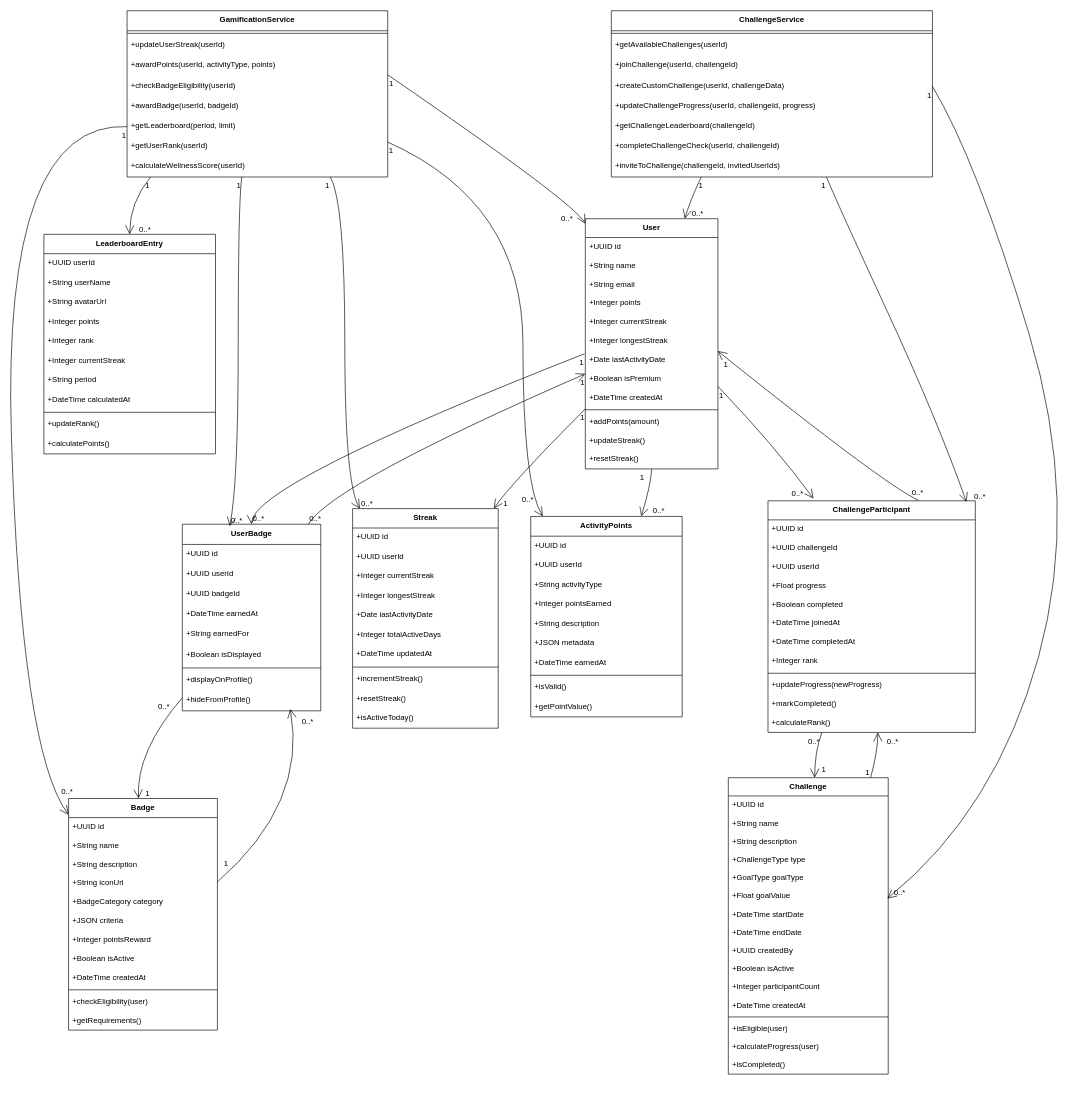
This is documents/Artifact Diagrams/Challenge and Gamification/ChallengeandGame_Class.drawio from lujamanandhar/FYP, a draw.io file, before an edit. Source tidied: cells renumbered, new cells numbered last; positions are measured from the earlier drawing's top-left corner, leaving out a move shared by most shapes. Both pictures are drawn from the tidied source at 65%, with x=0, y=0 at pixel (1, 10).
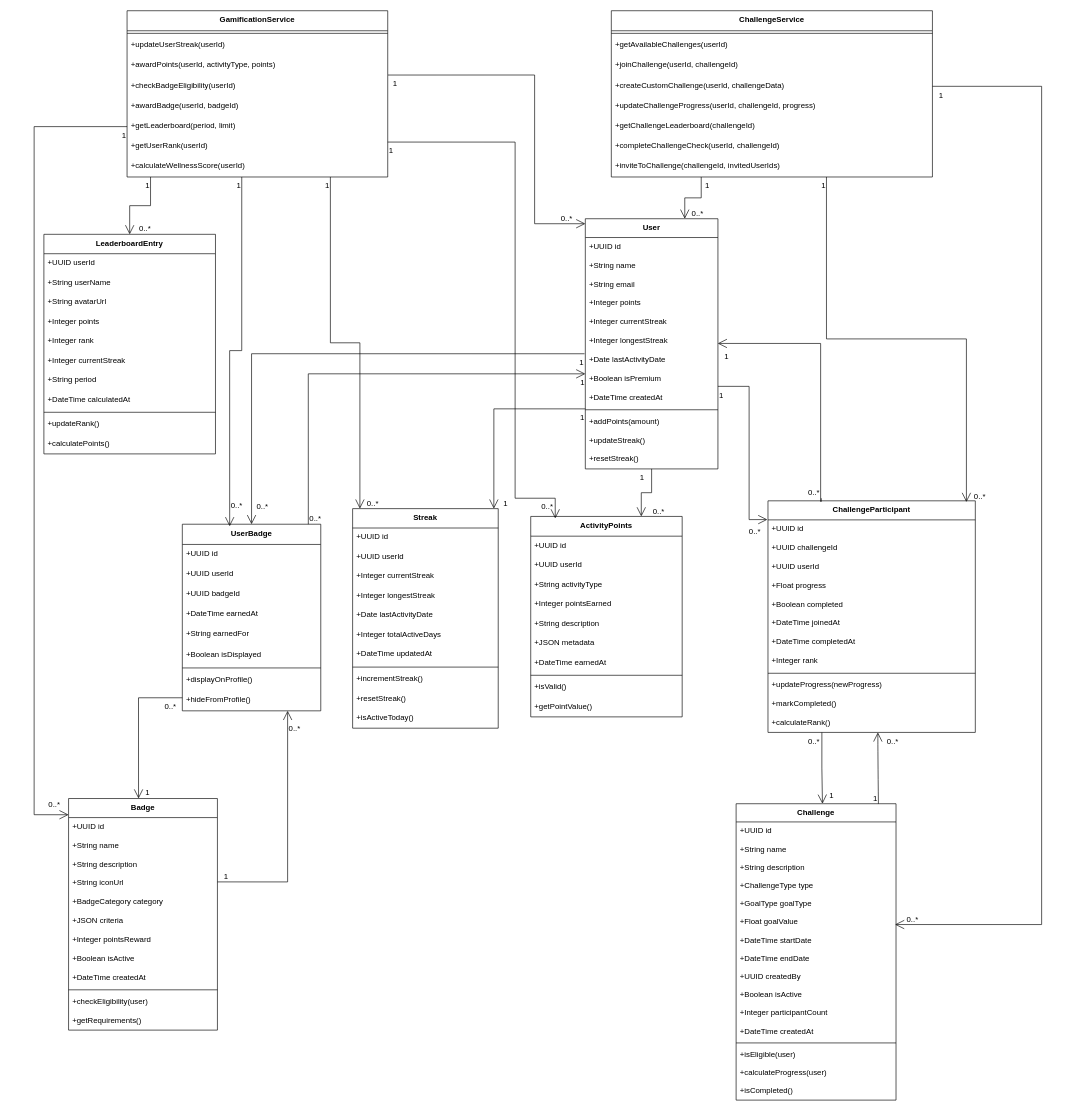
The same page after the edit.

Commit message (it also covers changes not shown here):
class diagram of challenege and game updated

Unchanged cells that the change refers to:
```xml
<mxCell id="2" value="GamificationService" style="swimlane;fontStyle=1;align=center;verticalAlign=top;horizontal=1;startSize=30.823529411764707;" parent="1" vertex="1">
  <mxGeometry x="193" width="401" height="255.8" as="geometry" />
</mxCell>
<mxCell id="6" value="+checkBadgeEligibility(userId)" style="text;strokeColor=none;fillColor=none;align=left;verticalAlign=top;spacingLeft=4;spacingRight=4;overflow=hidden;points=[[0,0.5],[1,0.5]];portConstraint=eastwest;" parent="2" vertex="1">
  <mxGeometry y="100.8" width="401" height="31" as="geometry" />
</mxCell>
<mxCell id="8" value="+getLeaderboard(period, limit)" style="text;strokeColor=none;fillColor=none;align=left;verticalAlign=top;spacingLeft=4;spacingRight=4;overflow=hidden;points=[[0,0.5],[1,0.5]];portConstraint=eastwest;" parent="2" vertex="1">
  <mxGeometry y="162.8" width="401" height="31" as="geometry" />
</mxCell>
<mxCell id="11" value="ChallengeService" style="swimlane;fontStyle=1;align=center;verticalAlign=top;horizontal=1;startSize=30.823529411764707;" parent="1" vertex="1">
  <mxGeometry x="938" width="494" height="255.8" as="geometry" />
</mxCell>
<mxCell id="15" value="+createCustomChallenge(userId, challengeData)" style="text;strokeColor=none;fillColor=none;align=left;verticalAlign=top;spacingLeft=4;spacingRight=4;overflow=hidden;points=[[0,0.5],[1,0.5]];portConstraint=eastwest;" parent="11" vertex="1">
  <mxGeometry y="100.8" width="494" height="31" as="geometry" />
</mxCell>
<mxCell id="20" value="User" style="swimlane;fontStyle=1;align=center;verticalAlign=top;horizontal=1;startSize=28.923076923076923;" parent="1" vertex="1">
  <mxGeometry x="898" y="320" width="204" height="384.9" as="geometry" />
</mxCell>
<mxCell id="26" value="+Integer longestStreak" style="text;strokeColor=none;fillColor=none;align=left;verticalAlign=top;spacingLeft=4;spacingRight=4;overflow=hidden;points=[[0,0.5],[1,0.5]];portConstraint=eastwest;" parent="20" vertex="1">
  <mxGeometry y="173.9" width="204" height="29" as="geometry" />
</mxCell>
<mxCell id="27" value="+Date lastActivityDate" style="text;strokeColor=none;fillColor=none;align=left;verticalAlign=top;spacingLeft=4;spacingRight=4;overflow=hidden;points=[[0,0.5],[1,0.5]];portConstraint=eastwest;" parent="20" vertex="1">
  <mxGeometry y="202.9" width="204" height="29" as="geometry" />
</mxCell>
<mxCell id="39" value="+GoalType goalType" style="text;strokeColor=none;fillColor=none;align=left;verticalAlign=top;spacingLeft=4;spacingRight=4;overflow=hidden;points=[[0,0.5],[1,0.5]];portConstraint=eastwest;" parent="34" vertex="1">
  <mxGeometry y="140" width="246" height="28" as="geometry" />
</mxCell>
<mxCell id="51" value="ChallengeParticipant" style="swimlane;fontStyle=1;align=center;verticalAlign=top;horizontal=1;startSize=29.333333333333332;" parent="1" vertex="1">
  <mxGeometry x="1179" y="754" width="319" height="356.3" as="geometry" />
</mxCell>
<mxCell id="64" value="Badge" style="swimlane;fontStyle=1;align=center;verticalAlign=top;horizontal=1;startSize=29.333333333333332;" parent="1" vertex="1">
  <mxGeometry x="103" y="1212" width="229" height="356.3" as="geometry" />
</mxCell>
<mxCell id="77" value="UserBadge" style="swimlane;fontStyle=1;align=center;verticalAlign=top;horizontal=1;startSize=31.11111111111111;" parent="1" vertex="1">
  <mxGeometry x="278" y="790" width="213" height="287.1" as="geometry" />
</mxCell>
<mxCell id="86" value="+hideFromProfile()" style="text;strokeColor=none;fillColor=none;align=left;verticalAlign=top;spacingLeft=4;spacingRight=4;overflow=hidden;points=[[0,0.5],[1,0.5]];portConstraint=eastwest;" parent="77" vertex="1">
  <mxGeometry y="256.1" width="213" height="31" as="geometry" />
</mxCell>
<mxCell id="87" value="Streak" style="swimlane;fontStyle=1;align=center;verticalAlign=top;horizontal=1;startSize=29.818181818181817;" parent="1" vertex="1">
  <mxGeometry x="540" y="766" width="224" height="337.8" as="geometry" />
</mxCell>
<mxCell id="99" value="LeaderboardEntry" style="swimlane;fontStyle=1;align=center;verticalAlign=top;horizontal=1;startSize=29.818181818181817;" parent="1" vertex="1">
  <mxGeometry x="65" y="344" width="264" height="337.8" as="geometry" />
</mxCell>
<mxCell id="111" value="ActivityPoints" style="swimlane;fontStyle=1;align=center;verticalAlign=top;horizontal=1;startSize=30.4;" parent="1" vertex="1">
  <mxGeometry x="814" y="778" width="233" height="308.4" as="geometry" />
</mxCell>
```

What changed in the source:
```diff
@@
     <mxCell id="34" value="Challenge" style="swimlane;fontStyle=1;align=center;verticalAlign=top;horizontal=1;startSize=28;" parent="1" vertex="1">
-      <mxGeometry x="1118" y="1180" width="246" height="456" as="geometry" />
+      <mxGeometry x="1130" y="1220" width="246" height="456" as="geometry" />
     </mxCell>
@@
-    <mxCell id="122" style="curved=1;startArrow=none;endArrow=open;endSize=12;exitX=1.001;exitY=-0.06;entryX=0;entryY=0.02;rounded=0;exitDx=0;exitDy=0;exitPerimeter=0;" parent="1" edge="1" source="6" target="20">
+    <mxCell id="122" style="startArrow=none;endArrow=open;endSize=12;exitX=1.001;exitY=-0.06;entryX=0;entryY=0.02;rounded=0;exitDx=0;exitDy=0;exitPerimeter=0;edgeStyle=orthogonalEdgeStyle;" parent="1" edge="1" source="6" target="20">
       <mxGeometry relative="1" as="geometry">
         <Array as="points">
-          <mxPoint x="880" y="295" />
+          <mxPoint x="820" y="99" />
+          <mxPoint x="820" y="328" />
         </Array>
       </mxGeometry>
     </mxCell>
     <mxCell id="123" value="1" style="edgeLabel;labelBackgroundColor=none;fontSize=12;align=left;verticalAlign=top;" parent="122" vertex="1">
-      <mxGeometry x="-1" relative="1" as="geometry" />
+      <mxGeometry x="-1" relative="1" as="geometry">
+        <mxPoint x="6" as="offset" />
+      </mxGeometry>
     </mxCell>
@@
-    <mxCell id="125" style="curved=1;startArrow=none;endArrow=open;endSize=12;exitX=0;exitY=0.5;entryX=0;entryY=0.07;rounded=0;exitDx=0;exitDy=0;" parent="1" edge="1" source="8" target="64">
+    <mxCell id="125" style="startArrow=none;endArrow=open;endSize=12;exitX=0;exitY=0.5;entryX=0;entryY=0.07;rounded=0;exitDx=0;exitDy=0;edgeStyle=orthogonalEdgeStyle;" parent="1" edge="1" source="8" target="64">
       <mxGeometry relative="1" as="geometry">
         <Array as="points">
-          <mxPoint y="170" />
-          <mxPoint x="30" y="1139" />
+          <mxPoint x="50" y="178" />
+          <mxPoint x="50" y="1237" />
         </Array>
       </mxGeometry>
     </mxCell>
@@
     <mxCell id="127" value="0..*" style="edgeLabel;labelBackgroundColor=none;fontSize=12;align=left;verticalAlign=bottom;" parent="125" vertex="1">
       <mxGeometry x="1" relative="1" as="geometry">
-        <mxPoint x="-13" y="-27" as="offset" />
+        <mxPoint x="-33" y="-7" as="offset" />
       </mxGeometry>
     </mxCell>
-    <mxCell id="128" style="curved=1;startArrow=none;endArrow=open;endSize=12;exitX=0.44;exitY=1;entryX=0.342;entryY=0.011;rounded=0;entryDx=0;entryDy=0;entryPerimeter=0;" parent="1" edge="1" source="2" target="77">
-      <mxGeometry relative="1" as="geometry">
-        <Array as="points">
-          <mxPoint x="364" y="295" />
-          <mxPoint x="364" y="729" />
-        </Array>
-      </mxGeometry>
+    <mxCell id="128" style="startArrow=none;endArrow=open;endSize=12;exitX=0.44;exitY=1;entryX=0.342;entryY=0.011;rounded=0;entryDx=0;entryDy=0;entryPerimeter=0;edgeStyle=orthogonalEdgeStyle;" parent="1" edge="1" source="2" target="77">
+      <mxGeometry relative="1" as="geometry" />
     </mxCell>
@@
     <mxCell id="130" value="0..*" style="edgeLabel;labelBackgroundColor=none;fontSize=12;align=left;verticalAlign=bottom;" parent="128" vertex="1">
-      <mxGeometry x="1" relative="1" as="geometry" />
+      <mxGeometry x="1" relative="1" as="geometry">
+        <mxPoint y="-23" as="offset" />
+      </mxGeometry>
     </mxCell>
-    <mxCell id="131" style="curved=1;startArrow=none;endArrow=open;endSize=12;exitX=0.78;exitY=1;entryX=0.05;entryY=0;rounded=0;" parent="1" edge="1" source="2" target="87">
-      <mxGeometry relative="1" as="geometry">
-        <Array as="points">
-          <mxPoint x="528" y="295" />
-          <mxPoint x="528" y="729" />
-        </Array>
-      </mxGeometry>
+    <mxCell id="131" style="startArrow=none;endArrow=open;endSize=12;exitX=0.78;exitY=1;entryX=0.05;entryY=0;rounded=0;edgeStyle=orthogonalEdgeStyle;" parent="1" edge="1" source="2" target="87">
+      <mxGeometry relative="1" as="geometry" />
     </mxCell>
@@
     <mxCell id="133" value="0..*" style="edgeLabel;labelBackgroundColor=none;fontSize=12;align=left;verticalAlign=bottom;" parent="131" vertex="1">
-      <mxGeometry x="1" relative="1" as="geometry" />
+      <mxGeometry x="1" relative="1" as="geometry">
+        <mxPoint x="9" as="offset" />
+      </mxGeometry>
     </mxCell>
-    <mxCell id="134" style="curved=1;startArrow=none;endArrow=open;endSize=12;exitX=0.09;exitY=1;entryX=0.5;entryY=0;rounded=0;" parent="1" edge="1" source="2" target="99">
-      <mxGeometry relative="1" as="geometry">
-        <Array as="points">
-          <mxPoint x="197" y="295" />
-        </Array>
-      </mxGeometry>
+    <mxCell id="134" style="startArrow=none;endArrow=open;endSize=12;exitX=0.09;exitY=1;entryX=0.5;entryY=0;rounded=0;edgeStyle=orthogonalEdgeStyle;" parent="1" edge="1" source="2" target="99">
+      <mxGeometry relative="1" as="geometry" />
     </mxCell>
@@
-    <mxCell id="137" style="curved=1;startArrow=none;endArrow=open;endSize=12;exitX=1;exitY=0.79;entryX=0.08;entryY=0;rounded=0;" parent="1" edge="1" source="2" target="111">
+    <mxCell id="137" style="startArrow=none;endArrow=open;endSize=12;exitX=1;exitY=0.79;entryX=0.162;entryY=0.01;rounded=0;edgeStyle=orthogonalEdgeStyle;entryDx=0;entryDy=0;entryPerimeter=0;" parent="1" edge="1" source="2" target="111">
       <mxGeometry relative="1" as="geometry">
         <Array as="points">
-          <mxPoint x="802" y="295" />
-          <mxPoint x="802" y="729" />
+          <mxPoint x="790" y="202" />
+          <mxPoint x="790" y="750" />
+          <mxPoint x="852" y="750" />
         </Array>
       </mxGeometry>
     </mxCell>
@@
     <mxCell id="139" value="0..*" style="edgeLabel;labelBackgroundColor=none;fontSize=12;align=right;verticalAlign=bottom;" parent="137" vertex="1">
       <mxGeometry x="1" relative="1" as="geometry">
-        <mxPoint x="-13" y="-18" as="offset" />
+        <mxPoint x="-2" y="-11" as="offset" />
       </mxGeometry>
     </mxCell>
-    <mxCell id="140" style="curved=1;startArrow=none;endArrow=open;endSize=12;exitX=1;exitY=0.5;entryX=0.994;entryY=1.638;rounded=0;entryDx=0;entryDy=0;entryPerimeter=0;exitDx=0;exitDy=0;" parent="1" edge="1" source="15" target="39">
+    <mxCell id="140" style="startArrow=none;endArrow=open;endSize=12;exitX=1;exitY=0.5;entryX=0.994;entryY=1.638;rounded=0;entryDx=0;entryDy=0;entryPerimeter=0;exitDx=0;exitDy=0;edgeStyle=orthogonalEdgeStyle;" parent="1" edge="1" source="15" target="39">
       <mxGeometry relative="1" as="geometry">
         <Array as="points">
-          <mxPoint x="1500" y="230" />
-          <mxPoint x="1660" y="760" />
-          <mxPoint x="1530" y="1230" />
+          <mxPoint x="1600" y="116" />
+          <mxPoint x="1600" y="1406" />
         </Array>
       </mxGeometry>
     </mxCell>
     <mxCell id="141" value="1" style="edgeLabel;labelBackgroundColor=none;fontSize=12;align=right;verticalAlign=top;" parent="140" vertex="1">
-      <mxGeometry x="-1" relative="1" as="geometry" />
+      <mxGeometry x="-1" relative="1" as="geometry">
+        <mxPoint x="18" as="offset" />
+      </mxGeometry>
     </mxCell>
     <mxCell id="142" value="0..*" style="edgeLabel;labelBackgroundColor=none;fontSize=12;align=left;verticalAlign=bottom;" parent="140" vertex="1">
       <mxGeometry x="1" relative="1" as="geometry">
-        <mxPoint x="8" as="offset" />
+        <mxPoint x="16" as="offset" />
       </mxGeometry>
     </mxCell>
-    <mxCell id="143" style="curved=1;startArrow=none;endArrow=open;endSize=12;exitX=0.67;exitY=1;entryX=0.957;entryY=0.005;rounded=0;entryDx=0;entryDy=0;entryPerimeter=0;" parent="1" edge="1" source="11" target="51">
-      <mxGeometry relative="1" as="geometry">
-        <Array as="points">
-          <mxPoint x="1285" y="295" />
-          <mxPoint x="1440" y="630" />
-        </Array>
-      </mxGeometry>
+    <mxCell id="143" style="startArrow=none;endArrow=open;endSize=12;exitX=0.67;exitY=1;entryX=0.957;entryY=0.005;rounded=0;entryDx=0;entryDy=0;entryPerimeter=0;edgeStyle=orthogonalEdgeStyle;" parent="1" edge="1" source="11" target="51">
+      <mxGeometry relative="1" as="geometry" />
     </mxCell>
@@
-    <mxCell id="146" style="curved=1;startArrow=none;endArrow=open;endSize=12;exitX=0.28;exitY=1;entryX=0.75;entryY=0;rounded=0;" parent="1" edge="1" source="11" target="20">
-      <mxGeometry relative="1" as="geometry">
-        <Array as="points">
-          <mxPoint x="1058" y="295" />
-        </Array>
-      </mxGeometry>
+    <mxCell id="146" style="startArrow=none;endArrow=open;endSize=12;exitX=0.28;exitY=1;entryX=0.75;entryY=0;rounded=0;edgeStyle=orthogonalEdgeStyle;" parent="1" edge="1" source="11" target="20">
+      <mxGeometry relative="1" as="geometry" />
     </mxCell>
     <mxCell id="147" value="1" style="edgeLabel;labelBackgroundColor=none;fontSize=12;align=right;verticalAlign=top;" parent="146" vertex="1">
       <mxGeometry x="-1" relative="1" as="geometry">
-        <mxPoint x="4" as="offset" />
+        <mxPoint x="14" as="offset" />
       </mxGeometry>
     </mxCell>
@@
-    <mxCell id="149" style="curved=1;startArrow=none;endArrow=open;endSize=12;exitX=0;exitY=0.76;entryX=0.97;entryY=0;rounded=0;" parent="1" edge="1" source="20" target="87">
-      <mxGeometry relative="1" as="geometry">
-        <Array as="points">
-          <mxPoint x="782" y="729" />
-        </Array>
-      </mxGeometry>
+    <mxCell id="149" style="startArrow=none;endArrow=open;endSize=12;exitX=0;exitY=0.76;entryX=0.97;entryY=0;rounded=0;edgeStyle=orthogonalEdgeStyle;" parent="1" edge="1" source="20" target="87">
+      <mxGeometry relative="1" as="geometry" />
     </mxCell>
@@
-    <mxCell id="152" style="curved=1;startArrow=none;endArrow=open;endSize=12;exitX=-0.006;exitY=0.167;entryX=0.5;entryY=0;rounded=0;exitDx=0;exitDy=0;exitPerimeter=0;" parent="1" edge="1" source="27" target="77">
-      <mxGeometry relative="1" as="geometry">
-        <Array as="points">
-          <mxPoint x="384" y="729" />
-        </Array>
-      </mxGeometry>
+    <mxCell id="152" style="startArrow=none;endArrow=open;endSize=12;exitX=-0.006;exitY=0.167;entryX=0.5;entryY=0;rounded=0;exitDx=0;exitDy=0;exitPerimeter=0;edgeStyle=orthogonalEdgeStyle;" parent="1" edge="1" source="27" target="77">
+      <mxGeometry relative="1" as="geometry" />
     </mxCell>
@@
     <mxCell id="154" value="0..*" style="edgeLabel;labelBackgroundColor=none;fontSize=12;align=left;verticalAlign=bottom;" parent="152" vertex="1">
-      <mxGeometry x="1" relative="1" as="geometry" />
+      <mxGeometry x="1" relative="1" as="geometry">
+        <mxPoint x="6" y="-20" as="offset" />
+      </mxGeometry>
     </mxCell>
-    <mxCell id="155" style="curved=1;startArrow=none;endArrow=open;endSize=12;exitX=0.5;exitY=1;entryX=0.73;entryY=0;rounded=0;" parent="1" edge="1" source="20" target="111">
-      <mxGeometry relative="1" as="geometry">
-        <Array as="points">
-          <mxPoint x="999" y="729" />
-        </Array>
-      </mxGeometry>
+    <mxCell id="155" style="startArrow=none;endArrow=open;endSize=12;exitX=0.5;exitY=1;entryX=0.73;entryY=0;rounded=0;edgeStyle=orthogonalEdgeStyle;" parent="1" edge="1" source="20" target="111">
+      <mxGeometry relative="1" as="geometry" />
     </mxCell>
@@
-    <mxCell id="158" style="curved=1;startArrow=none;endArrow=open;endSize=12;exitX=1;exitY=0.67;entryX=0.219;entryY=-0.01;rounded=0;entryDx=0;entryDy=0;entryPerimeter=0;" parent="1" edge="1" source="20" target="51">
+    <mxCell id="158" style="startArrow=none;endArrow=open;endSize=12;exitX=1;exitY=0.67;entryX=-0.003;entryY=0.081;rounded=0;entryDx=0;entryDy=0;entryPerimeter=0;edgeStyle=orthogonalEdgeStyle;" parent="1" edge="1" source="20" target="51">
       <mxGeometry relative="1" as="geometry">
         <Array as="points">
-          <mxPoint x="1190" y="670" />
+          <mxPoint x="1150" y="578" />
+          <mxPoint x="1150" y="783" />
         </Array>
       </mxGeometry>
     </mxCell>
@@
     <mxCell id="160" value="0..*" style="edgeLabel;labelBackgroundColor=none;fontSize=12;align=right;verticalAlign=bottom;" parent="158" vertex="1">
       <mxGeometry x="1" relative="1" as="geometry">
-        <mxPoint x="-14" as="offset" />
+        <mxPoint x="-9" y="27" as="offset" />
       </mxGeometry>
     </mxCell>
@@
-    <mxCell id="164" style="curved=1;startArrow=none;endArrow=open;endSize=12;exitX=1;exitY=0.36;entryX=0.78;entryY=0.909;rounded=0;entryDx=0;entryDy=0;entryPerimeter=0;" parent="1" edge="1" source="64" target="86">
+    <mxCell id="164" style="startArrow=none;endArrow=open;endSize=12;exitX=1;exitY=0.36;rounded=0;edgeStyle=orthogonalEdgeStyle;" parent="1" edge="1" source="64" target="86">
       <mxGeometry relative="1" as="geometry">
         <Array as="points">
-          <mxPoint x="470" y="1220" />
+          <mxPoint x="440" y="1340" />
         </Array>
       </mxGeometry>
     </mxCell>
     <mxCell id="165" value="1" style="edgeLabel;labelBackgroundColor=none;fontSize=12;align=right;verticalAlign=bottom;" parent="164" vertex="1">
       <mxGeometry x="-1" relative="1" as="geometry">
-        <mxPoint x="18" y="-20" as="offset" />
+        <mxPoint x="18" as="offset" />
       </mxGeometry>
     </mxCell>
     <mxCell id="166" value="0..*" style="edgeLabel;labelBackgroundColor=none;fontSize=12;align=left;verticalAlign=top;" parent="164" vertex="1">
       <mxGeometry x="1" relative="1" as="geometry">
-        <mxPoint x="16" y="6" as="offset" />
+        <mxPoint y="13" as="offset" />
       </mxGeometry>
     </mxCell>
-    <mxCell id="167" style="curved=1;startArrow=none;endArrow=open;endSize=12;exitX=0.726;exitY=-0.002;rounded=0;entryX=0.998;entryY=0.02;entryDx=0;entryDy=0;entryPerimeter=0;exitDx=0;exitDy=0;exitPerimeter=0;" parent="1" edge="1" source="51" target="27">
+    <mxCell id="167" style="startArrow=none;endArrow=open;endSize=12;rounded=0;entryX=0.999;entryY=0.62;entryDx=0;entryDy=0;entryPerimeter=0;edgeStyle=orthogonalEdgeStyle;" parent="1" edge="1" target="26">
       <mxGeometry relative="1" as="geometry">
+        <mxPoint x="1261" y="750" as="sourcePoint" />
         <Array as="points">
-          <mxPoint x="1358" y="729" />
+          <mxPoint x="1260" y="755" />
+          <mxPoint x="1260" y="512" />
         </Array>
       </mxGeometry>
     </mxCell>
     <mxCell id="168" value="0..*" style="edgeLabel;labelBackgroundColor=none;fontSize=12;align=right;verticalAlign=bottom;" parent="167" vertex="1">
       <mxGeometry x="-1" relative="1" as="geometry">
-        <mxPoint x="9" y="-3" as="offset" />
+        <mxPoint x="-1" as="offset" />
       </mxGeometry>
     </mxCell>
@@
-    <mxCell id="170" style="curved=1;startArrow=none;endArrow=open;endSize=12;exitX=0.26;exitY=1;entryX=0.54;entryY=0;rounded=0;" parent="1" edge="1" source="51" target="34">
-      <mxGeometry relative="1" as="geometry">
-        <Array as="points">
-          <mxPoint x="1251" y="1139" />
-        </Array>
-      </mxGeometry>
+    <mxCell id="170" style="startArrow=none;endArrow=open;endSize=12;exitX=0.26;exitY=1;entryX=0.54;entryY=0;rounded=0;edgeStyle=orthogonalEdgeStyle;" parent="1" edge="1" source="51" target="34">
+      <mxGeometry relative="1" as="geometry" />
     </mxCell>
@@
-    <mxCell id="173" style="curved=1;startArrow=none;endArrow=open;endSize=12;exitX=0.91;exitY=0;entryX=0;entryY=0.62;rounded=0;" parent="1" edge="1" source="77" target="20">
-      <mxGeometry relative="1" as="geometry">
-        <Array as="points">
-          <mxPoint x="508" y="729" />
-        </Array>
-      </mxGeometry>
+    <mxCell id="173" style="startArrow=none;endArrow=open;endSize=12;exitX=0.91;exitY=0;entryX=0;entryY=0.62;rounded=0;edgeStyle=orthogonalEdgeStyle;" parent="1" edge="1" source="77" target="20">
+      <mxGeometry relative="1" as="geometry" />
     </mxCell>
@@
-    <mxCell id="176" style="curved=1;startArrow=none;endArrow=open;endSize=12;exitX=0;exitY=0.93;entryX=0.47;entryY=0;rounded=0;" parent="1" edge="1" source="77" target="64">
-      <mxGeometry relative="1" as="geometry">
-        <Array as="points">
-          <mxPoint x="207" y="1139" />
-        </Array>
-      </mxGeometry>
+    <mxCell id="176" style="startArrow=none;endArrow=open;endSize=12;exitX=0;exitY=0.93;entryX=0.47;entryY=0;rounded=0;edgeStyle=orthogonalEdgeStyle;" parent="1" edge="1" source="77" target="64">
+      <mxGeometry relative="1" as="geometry" />
     </mxCell>
     <mxCell id="177" value="0..*" style="edgeLabel;labelBackgroundColor=none;fontSize=12;align=right;verticalAlign=top;" parent="176" vertex="1">
       <mxGeometry x="-1" relative="1" as="geometry">
-        <mxPoint x="-18" as="offset" />
+        <mxPoint x="-8" as="offset" />
       </mxGeometry>
     </mxCell>
```
